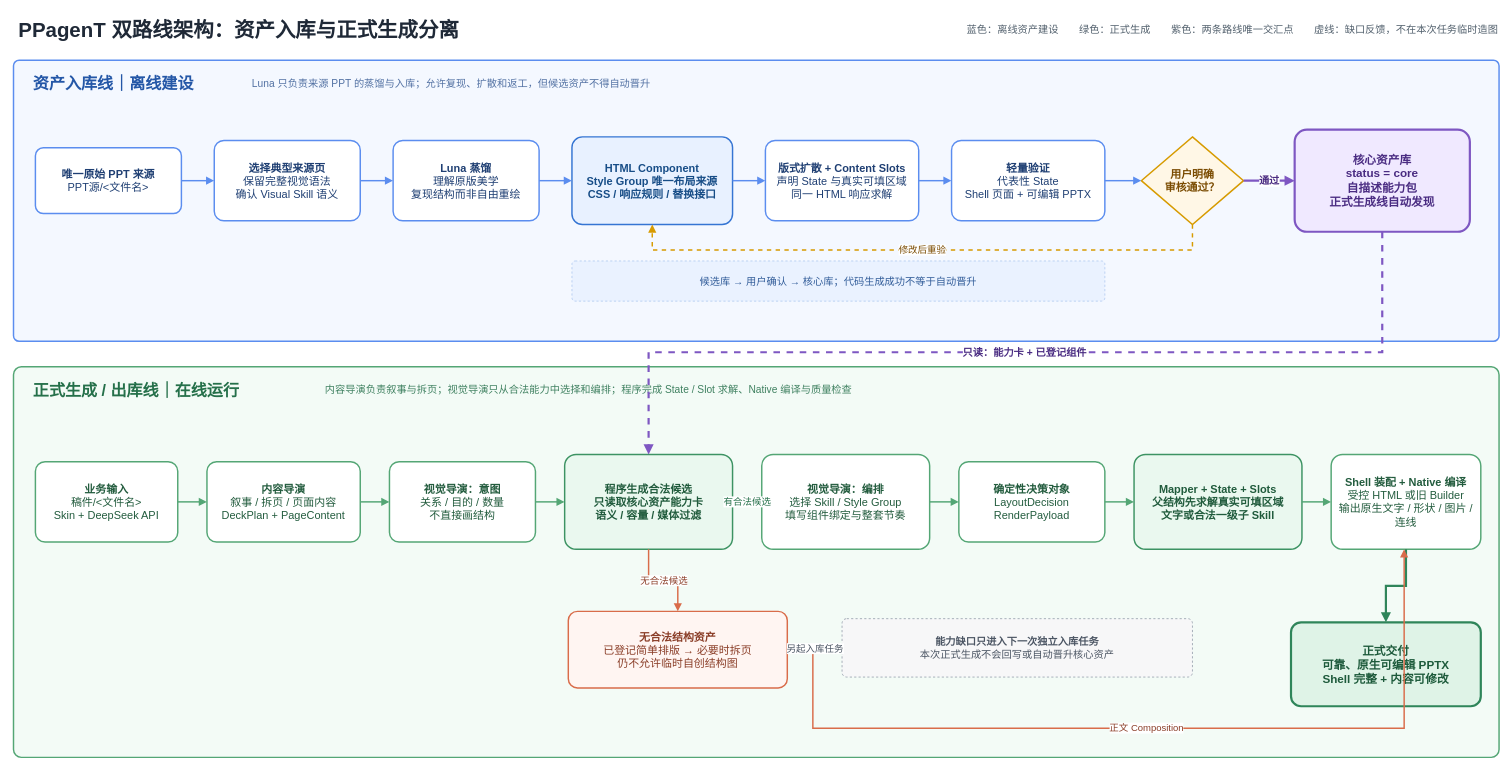
Earlier version of the draw.io diagram docs/架构/PPagenT-资产入库线与正式生成线.drawio (NEUwpy/PPagenT). Source tidied: cells renumbered, new cells numbered last; positions are measured from the earlier drawing's top-left corner, leaving out a move shared by most shapes. Both pictures are drawn from the tidied source at 73%, with x=0, y=0 at pixel (13, 12).
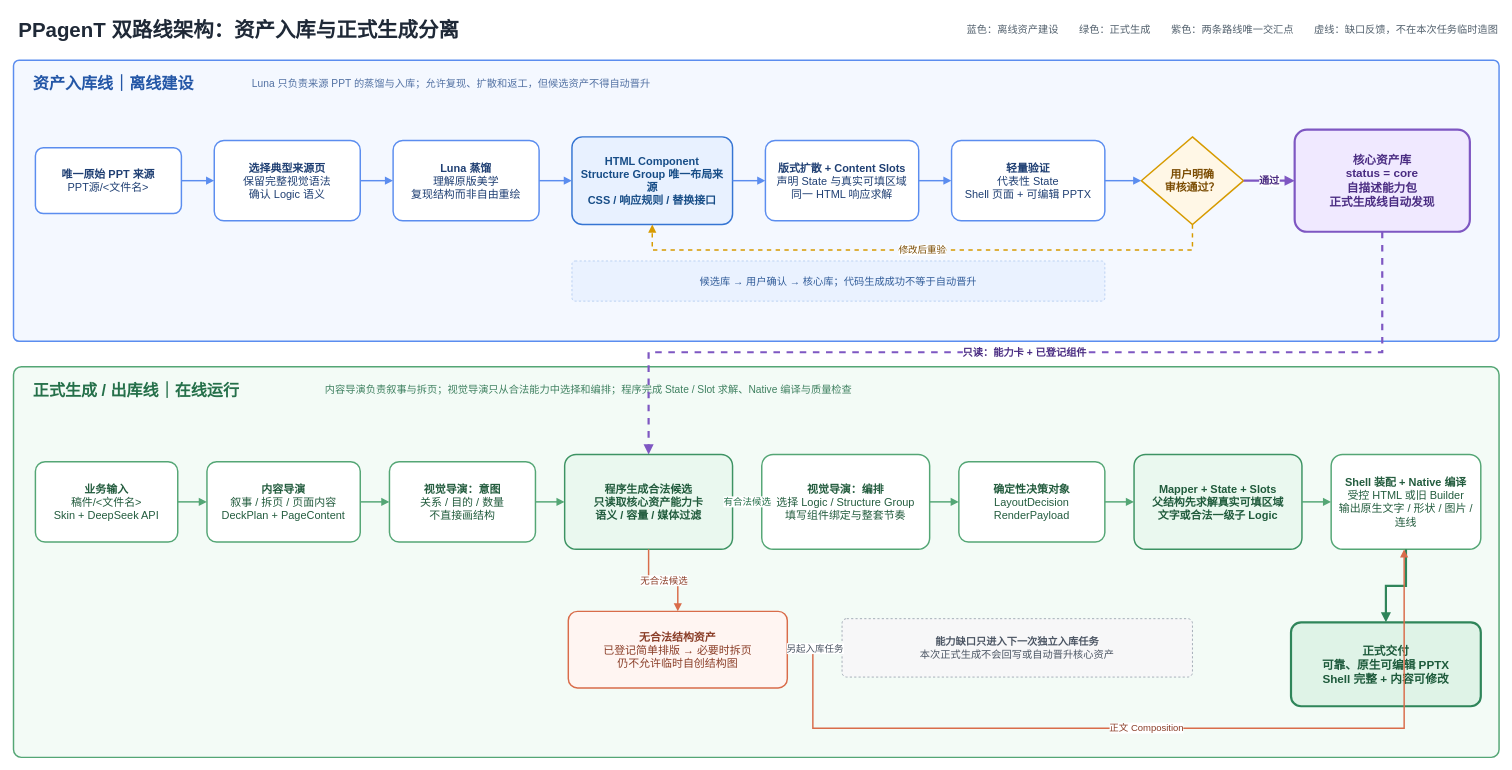
After the change.

What changed in the source:
```diff
@@
-    <mxCell id="8" value="&lt;b&gt;选择典型来源页&lt;/b&gt;&lt;br&gt;保留完整视觉语法&lt;br&gt;确认 Visual Skill 语义" style="rounded=1;whiteSpace=wrap;html=1;arcSize=12;fillColor=#FFFFFF;strokeColor=#5B8DEF;strokeWidth=2;fontSize=15;fontColor=#1F3F73;spacing=8;" parent="1" vertex="1">
+    <mxCell id="8" value="&lt;b&gt;选择典型来源页&lt;/b&gt;&lt;br&gt;保留完整视觉语法&lt;br&gt;确认 Logic 语义" style="rounded=1;whiteSpace=wrap;html=1;arcSize=12;fillColor=#FFFFFF;strokeColor=#5B8DEF;strokeWidth=2;fontSize=15;fontColor=#1F3F73;spacing=8;" parent="1" vertex="1">
       <mxGeometry x="275" y="175" width="200" height="110" as="geometry" />
     </mxCell>
@@
-    <mxCell id="10" value="&lt;b&gt;HTML Component&lt;/b&gt;&lt;br&gt;Style Group 唯一布局来源&lt;br&gt;CSS / 响应规则 / 替换接口" style="rounded=1;whiteSpace=wrap;html=1;arcSize=12;fillColor=#E8F1FF;strokeColor=#3575D3;strokeWidth=2;fontSize=15;fontStyle=1;fontColor=#174D87;spacing=8;" parent="1" vertex="1">
+    <mxCell id="10" value="&lt;b&gt;HTML Component&lt;/b&gt;&lt;br&gt;Structure Group 唯一布局来源&lt;br&gt;CSS / 响应规则 / 替换接口" style="rounded=1;whiteSpace=wrap;html=1;arcSize=12;fillColor=#E8F1FF;strokeColor=#3575D3;strokeWidth=2;fontSize=15;fontStyle=1;fontColor=#174D87;spacing=8;" parent="1" vertex="1">
       <mxGeometry x="765" y="170" width="220" height="120" as="geometry" />
     </mxCell>
@@
-    <mxCell id="31" value="&lt;b&gt;视觉导演：编排&lt;/b&gt;&lt;br&gt;选择 Skill / Style Group&lt;br&gt;填写组件绑定与整套节奏" style="rounded=1;whiteSpace=wrap;html=1;arcSize=12;fillColor=#FFFFFF;strokeColor=#54A675;strokeWidth=2;fontSize=15;fontColor=#235C3E;spacing=8;" parent="1" vertex="1">
+    <mxCell id="31" value="&lt;b&gt;视觉导演：编排&lt;/b&gt;&lt;br&gt;选择 Logic / Structure Group&lt;br&gt;填写组件绑定与整套节奏" style="rounded=1;whiteSpace=wrap;html=1;arcSize=12;fillColor=#FFFFFF;strokeColor=#54A675;strokeWidth=2;fontSize=15;fontColor=#235C3E;spacing=8;" parent="1" vertex="1">
       <mxGeometry x="1025" y="605" width="230" height="130" as="geometry" />
     </mxCell>
@@
-    <mxCell id="33" value="&lt;b&gt;Mapper + State + Slots&lt;/b&gt;&lt;br&gt;父结构先求解真实可填区域&lt;br&gt;文字或合法一级子 Skill" style="rounded=1;whiteSpace=wrap;html=1;arcSize=12;fillColor=#EAF8EF;strokeColor=#3D9363;strokeWidth=2;fontSize=15;fontStyle=1;fontColor=#205B3C;spacing=8;" parent="1" vertex="1">
+    <mxCell id="33" value="&lt;b&gt;Mapper + State + Slots&lt;/b&gt;&lt;br&gt;父结构先求解真实可填区域&lt;br&gt;文字或合法一级子 Logic" style="rounded=1;whiteSpace=wrap;html=1;arcSize=12;fillColor=#EAF8EF;strokeColor=#3D9363;strokeWidth=2;fontSize=15;fontStyle=1;fontColor=#205B3C;spacing=8;" parent="1" vertex="1">
       <mxGeometry x="1535" y="605" width="230" height="130" as="geometry" />
     </mxCell>
```
